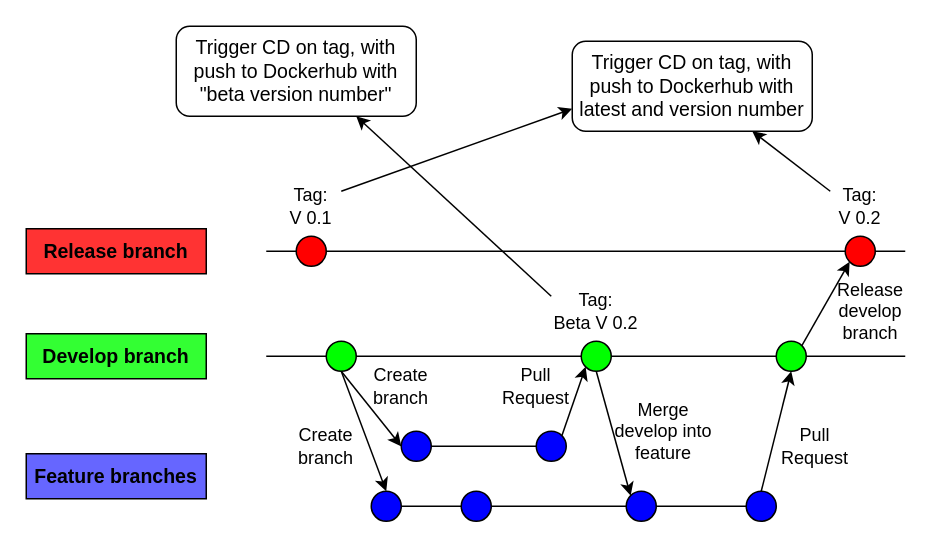
jakobhviid/ProjectLeapNode keeps this draw.io diagram as Docs/BranchingWithCD.drawio. Above is the earlier version. Source tidied: cells renumbered, new cells numbered last; positions are measured from the earlier drawing's top-left corner, leaving out a move shared by most shapes. Both pictures are drawn from the tidied source at 150%, with x=0, y=0 at pixel (26, 26).
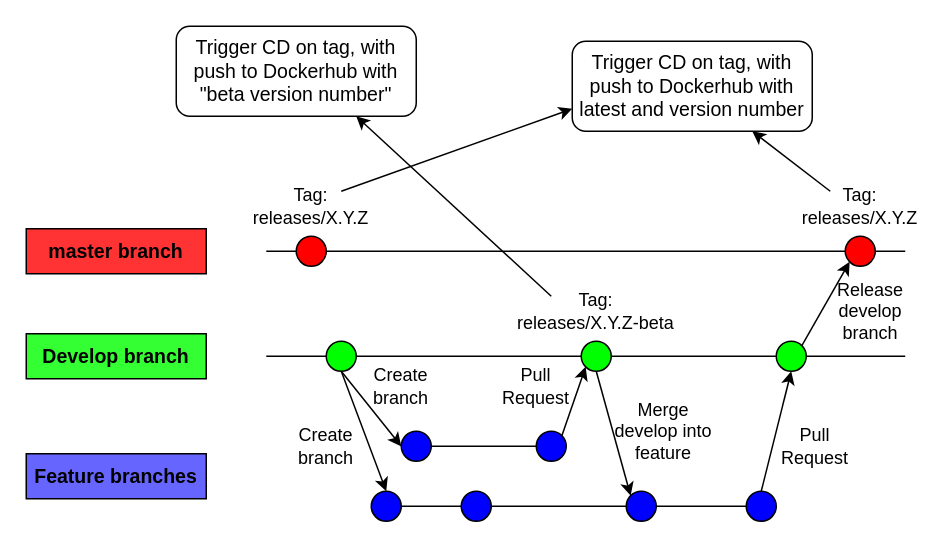
The same diagram, later.

Commit message (it also covers changes not shown here):
Updated branching strategy

The change refers to these unchanged cells:
```xml
<mxCell id="46" value="Trigger CD on tag, with push to Dockerhub with &quot;beta version number&quot;" style="rounded=1;whiteSpace=wrap;html=1;fontSize=13;fillColor=#FFFFFF;" parent="1" vertex="1">
  <mxGeometry x="100" width="160" height="60" as="geometry" />
</mxCell>
```

Change to the diagram source:
```diff
@@
-    <mxCell id="31" value="Tag:&lt;br&gt;V 0.1" style="text;html=1;strokeColor=none;fillColor=none;align=center;verticalAlign=middle;whiteSpace=wrap;rounded=0;" parent="1" vertex="1">
+    <mxCell id="31" value="Tag:&lt;br&gt;releases/X.Y.Z" style="text;html=1;strokeColor=none;fillColor=none;align=center;verticalAlign=middle;whiteSpace=wrap;rounded=0;" parent="1" vertex="1">
       <mxGeometry x="170" y="110" width="40" height="20" as="geometry" />
     </mxCell>
-    <mxCell id="32" value="Tag:&lt;br&gt;V 0.2" style="text;html=1;strokeColor=none;fillColor=none;align=center;verticalAlign=middle;whiteSpace=wrap;rounded=0;" parent="1" vertex="1">
+    <mxCell id="32" value="Tag:&lt;br&gt;releases/X.Y.Z" style="text;html=1;strokeColor=none;fillColor=none;align=center;verticalAlign=middle;whiteSpace=wrap;rounded=0;" parent="1" vertex="1">
       <mxGeometry x="536" y="110" width="40" height="20" as="geometry" />
     </mxCell>
@@
-    <mxCell id="40" value="Release branch" style="rounded=0;whiteSpace=wrap;html=1;fillColor=#FF3333;fontStyle=1;fontSize=13;" parent="1" vertex="1">
+    <mxCell id="40" value="master branch" style="rounded=0;whiteSpace=wrap;html=1;fillColor=#FF3333;fontStyle=1;fontSize=13;" parent="1" vertex="1">
       <mxGeometry y="135" width="120" height="30" as="geometry" />
     </mxCell>
@@
-    <mxCell id="47" value="Tag:&lt;br&gt;Beta V 0.2" style="text;html=1;strokeColor=none;fillColor=none;align=center;verticalAlign=middle;whiteSpace=wrap;rounded=0;" parent="1" vertex="1">
-      <mxGeometry x="350" y="180" width="60" height="20" as="geometry" />
+    <mxCell id="47" value="Tag:&lt;br&gt;releases/X.Y.Z-beta" style="text;html=1;strokeColor=none;fillColor=none;align=center;verticalAlign=middle;whiteSpace=wrap;rounded=0;" parent="1" vertex="1">
+      <mxGeometry x="320" y="180" width="120" height="20" as="geometry" />
     </mxCell>
-    <mxCell id="48" style="endArrow=classic;html=1;fontSize=13;entryX=0.75;entryY=1;entryDx=0;entryDy=0;exitX=0;exitY=0;exitDx=0;exitDy=0;" parent="1" edge="1" source="47" target="46">
+    <mxCell id="48" style="endArrow=classic;html=1;fontSize=13;entryX=0.75;entryY=1;entryDx=0;entryDy=0;exitX=0.25;exitY=0;exitDx=0;exitDy=0;" parent="1" edge="1" source="47" target="46">
       <mxGeometry relative="1" as="geometry" />
     </mxCell>
```
